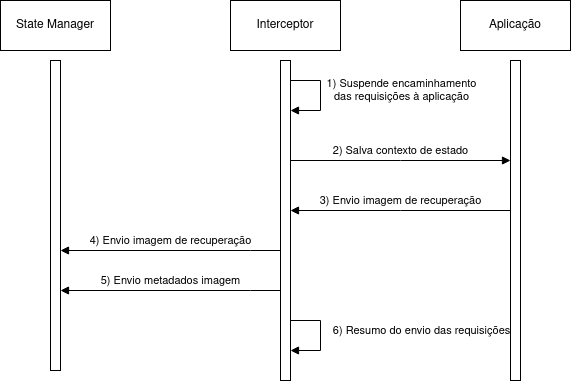
Before: images/interceptor-checkpoint.png, a diagram exported from draw.io (GianOrtiz/tcc). Source tidied: cells renumbered, new cells last; positions are measured from the earlier drawing's top-left corner, leaving out a move shared by most shapes. Source of this version:
```xml
<mxGraphModel>
  <root>
    <mxCell id="0" />
    <mxCell id="1" parent="0" />
    <mxCell id="2" style="html=1;points=[];perimeter=orthogonalPerimeter;outlineConnect=0;targetShapes=umlLifeline;portConstraint=eastwest;newEdgeStyle={&quot;edgeStyle&quot;:&quot;elbowEdgeStyle&quot;,&quot;elbow&quot;:&quot;vertical&quot;,&quot;curved&quot;:0,&quot;rounded&quot;:0};" parent="1" vertex="1">
      <mxGeometry x="50" y="60" width="10" height="310" as="geometry" />
    </mxCell>
    <mxCell id="3" style="html=1;points=[];perimeter=orthogonalPerimeter;outlineConnect=0;targetShapes=umlLifeline;portConstraint=eastwest;newEdgeStyle={&quot;edgeStyle&quot;:&quot;elbowEdgeStyle&quot;,&quot;elbow&quot;:&quot;vertical&quot;,&quot;curved&quot;:0,&quot;rounded&quot;:0};" parent="1" vertex="1">
      <mxGeometry x="280" y="60" width="10" height="320" as="geometry" />
    </mxCell>
    <mxCell id="4" style="html=1;perimeter=orthogonalPerimeter;targetShapes=umlLifeline;newEdgeStyle={&quot;edgeStyle&quot;:&quot;elbowEdgeStyle&quot;,&quot;elbow&quot;:&quot;vertical&quot;,&quot;curved&quot;:0,&quot;rounded&quot;:0};" parent="1" vertex="1">
      <mxGeometry x="510" y="60" width="10" height="320" as="geometry" />
    </mxCell>
    <mxCell id="5" value="State Manager" style="html=1;whiteSpace=wrap;" parent="1" vertex="1">
      <mxGeometry width="110" height="50" as="geometry" />
    </mxCell>
    <mxCell id="6" value="Interceptor" style="html=1;whiteSpace=wrap;" parent="1" vertex="1">
      <mxGeometry x="230" width="110" height="50" as="geometry" />
    </mxCell>
    <mxCell id="7" value="Aplicação" style="html=1;whiteSpace=wrap;" parent="1" vertex="1">
      <mxGeometry x="460" width="110" height="50" as="geometry" />
    </mxCell>
    <mxCell id="8" value="&lt;div align=&quot;center&quot;&gt;1) Suspende encaminhamento&lt;/div&gt;&lt;div align=&quot;center&quot;&gt;das requisições à aplicação&lt;/div&gt;" style="html=1;align=center;spacingLeft=2;endArrow=block;rounded=0;edgeStyle=orthogonalEdgeStyle;curved=0;rounded=0;" parent="1" edge="1">
      <mxGeometry x="-0.11" y="80" relative="1" as="geometry">
        <mxPoint x="290" y="80" as="sourcePoint" />
        <mxPoint x="290" y="110" as="targetPoint" />
        <Array as="points">
          <mxPoint x="320" y="110" />
        </Array>
      </mxGeometry>
    </mxCell>
    <mxCell id="9" value="2) Salva contexto de estado" style="html=1;verticalAlign=bottom;endArrow=block;edgeStyle=elbowEdgeStyle;elbow=vertical;curved=0;rounded=0;" parent="1" edge="1">
      <mxGeometry relative="1" as="geometry">
        <mxPoint x="290" y="160" as="sourcePoint" />
        <mxPoint x="510" y="160" as="targetPoint" />
      </mxGeometry>
    </mxCell>
    <mxCell id="10" value="3) Envio imagem de recuperação" style="html=1;verticalAlign=bottom;endArrow=block;edgeStyle=elbowEdgeStyle;elbow=vertical;curved=0;rounded=0;" parent="1" edge="1">
      <mxGeometry relative="1" as="geometry">
        <mxPoint x="510" y="210" as="sourcePoint" />
        <mxPoint x="290" y="210" as="targetPoint" />
      </mxGeometry>
    </mxCell>
    <mxCell id="11" value="4) Envio imagem de recuperação" style="html=1;verticalAlign=bottom;endArrow=block;edgeStyle=elbowEdgeStyle;elbow=vertical;curved=0;rounded=0;" parent="1" edge="1" source="3" target="2">
      <mxGeometry relative="1" as="geometry">
        <Array as="points">
          <mxPoint x="250" y="250" />
        </Array>
      </mxGeometry>
    </mxCell>
    <mxCell id="12" value="5) Envio metadados imagem" style="html=1;verticalAlign=bottom;endArrow=block;edgeStyle=elbowEdgeStyle;elbow=vertical;curved=0;rounded=0;" parent="1" edge="1">
      <mxGeometry relative="1" as="geometry">
        <mxPoint x="280" y="290" as="sourcePoint" />
        <mxPoint x="60" y="290" as="targetPoint" />
        <Array as="points">
          <mxPoint x="250" y="290" />
        </Array>
      </mxGeometry>
    </mxCell>
    <mxCell id="13" value="6) Resumo do envio das requisições" style="html=1;align=center;spacingLeft=2;endArrow=block;rounded=0;edgeStyle=orthogonalEdgeStyle;curved=0;rounded=0;" parent="1" edge="1">
      <mxGeometry x="-0.11" y="100" relative="1" as="geometry">
        <mxPoint x="290" y="320" as="sourcePoint" />
        <mxPoint x="290" y="350" as="targetPoint" />
        <Array as="points">
          <mxPoint x="320" y="350" />
        </Array>
      </mxGeometry>
    </mxCell>
  </root>
</mxGraphModel>
```
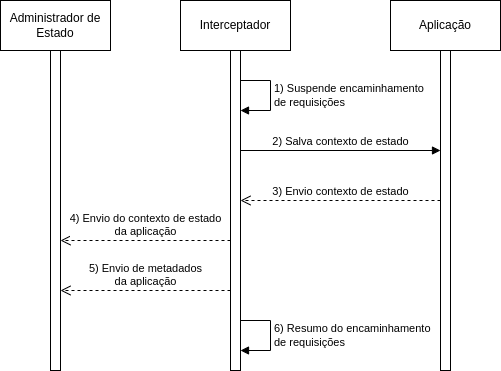
The same file after the commit.

The edit, as a diff of the source:
```diff
@@ -2,69 +2,65 @@
   <root>
     <mxCell id="0" />
     <mxCell id="1" parent="0" />
-    <mxCell id="2" style="html=1;points=[];perimeter=orthogonalPerimeter;outlineConnect=0;targetShapes=umlLifeline;portConstraint=eastwest;newEdgeStyle={&quot;edgeStyle&quot;:&quot;elbowEdgeStyle&quot;,&quot;elbow&quot;:&quot;vertical&quot;,&quot;curved&quot;:0,&quot;rounded&quot;:0};" parent="1" vertex="1">
-      <mxGeometry x="50" y="60" width="10" height="310" as="geometry" />
-    </mxCell>
-    <mxCell id="3" style="html=1;points=[];perimeter=orthogonalPerimeter;outlineConnect=0;targetShapes=umlLifeline;portConstraint=eastwest;newEdgeStyle={&quot;edgeStyle&quot;:&quot;elbowEdgeStyle&quot;,&quot;elbow&quot;:&quot;vertical&quot;,&quot;curved&quot;:0,&quot;rounded&quot;:0};" parent="1" vertex="1">
-      <mxGeometry x="280" y="60" width="10" height="320" as="geometry" />
-    </mxCell>
-    <mxCell id="4" style="html=1;perimeter=orthogonalPerimeter;targetShapes=umlLifeline;newEdgeStyle={&quot;edgeStyle&quot;:&quot;elbowEdgeStyle&quot;,&quot;elbow&quot;:&quot;vertical&quot;,&quot;curved&quot;:0,&quot;rounded&quot;:0};" parent="1" vertex="1">
-      <mxGeometry x="510" y="60" width="10" height="320" as="geometry" />
-    </mxCell>
-    <mxCell id="5" value="State Manager" style="html=1;whiteSpace=wrap;" parent="1" vertex="1">
-      <mxGeometry width="110" height="50" as="geometry" />
-    </mxCell>
-    <mxCell id="6" value="Interceptor" style="html=1;whiteSpace=wrap;" parent="1" vertex="1">
-      <mxGeometry x="230" width="110" height="50" as="geometry" />
-    </mxCell>
+    <mxCell id="14" value="Interceptador" style="html=1;whiteSpace=wrap;" parent="1" vertex="1">
+      <mxGeometry x="250" width="110" height="50" as="geometry" />
+    </mxCell>
     <mxCell id="7" value="Aplicação" style="html=1;whiteSpace=wrap;" parent="1" vertex="1">
       <mxGeometry x="460" width="110" height="50" as="geometry" />
     </mxCell>
-    <mxCell id="8" value="&lt;div align=&quot;center&quot;&gt;1) Suspende encaminhamento&lt;/div&gt;&lt;div align=&quot;center&quot;&gt;das requisições à aplicação&lt;/div&gt;" style="html=1;align=center;spacingLeft=2;endArrow=block;rounded=0;edgeStyle=orthogonalEdgeStyle;curved=0;rounded=0;" parent="1" edge="1">
-      <mxGeometry x="-0.11" y="80" relative="1" as="geometry">
-        <mxPoint x="290" y="80" as="sourcePoint" />
-        <mxPoint x="290" y="110" as="targetPoint" />
-        <Array as="points">
-          <mxPoint x="320" y="110" />
-        </Array>
-      </mxGeometry>
-    </mxCell>
+    <mxCell id="15" style="html=1;perimeter=orthogonalPerimeter;targetShapes=umlLifeline;newEdgeStyle={&quot;curved&quot;:0,&quot;rounded&quot;:0};" parent="1" vertex="1">
+      <mxGeometry x="120" y="50" width="10" height="320" as="geometry" />
+    </mxCell>
+    <mxCell id="16" style="html=1;perimeter=orthogonalPerimeter;targetShapes=umlLifeline;newEdgeStyle={&quot;curved&quot;:0,&quot;rounded&quot;:0};" parent="1" vertex="1">
+      <mxGeometry x="300" y="50" width="10" height="320" as="geometry" />
+    </mxCell>
+    <mxCell id="17" style="html=1;perimeter=orthogonalPerimeter;targetShapes=umlLifeline;newEdgeStyle={&quot;curved&quot;:0,&quot;rounded&quot;:0};" parent="1" vertex="1">
+      <mxGeometry x="510" y="50" width="10" height="320" as="geometry" />
+    </mxCell>
+    <mxCell id="18" value="1) Suspende encaminhamento&amp;nbsp;&lt;br&gt;de requisições" style="html=1;align=left;spacingLeft=2;endArrow=block;rounded=0;edgeStyle=orthogonalEdgeStyle;curved=0;rounded=0;" parent="1" edge="1">
+      <mxGeometry relative="1" as="geometry">
+        <mxPoint x="310" y="80" as="sourcePoint" />
+        <mxPoint x="310" y="110" as="targetPoint" />
+        <Array as="points">
+          <mxPoint x="340" y="110" />
+        </Array>
+      </mxGeometry>
+    </mxCell>
-    <mxCell id="9" value="2) Salva contexto de estado" style="html=1;verticalAlign=bottom;endArrow=block;edgeStyle=elbowEdgeStyle;elbow=vertical;curved=0;rounded=0;" parent="1" edge="1">
+    <mxCell id="9" value="2) Salva contexto de estado" style="html=1;verticalAlign=bottom;endArrow=block;curved=0;rounded=0;" parent="1" edge="1">
       <mxGeometry relative="1" as="geometry">
-        <mxPoint x="290" y="160" as="sourcePoint" />
-        <mxPoint x="510" y="160" as="targetPoint" />
+        <mxPoint x="310" y="150" as="sourcePoint" />
+        <mxPoint x="510" y="150" as="targetPoint" />
       </mxGeometry>
     </mxCell>
-    <mxCell id="10" value="3) Envio imagem de recuperação" style="html=1;verticalAlign=bottom;endArrow=block;edgeStyle=elbowEdgeStyle;elbow=vertical;curved=0;rounded=0;" parent="1" edge="1">
-      <mxGeometry relative="1" as="geometry">
-        <mxPoint x="510" y="210" as="sourcePoint" />
-        <mxPoint x="290" y="210" as="targetPoint" />
-      </mxGeometry>
-    </mxCell>
-    <mxCell id="11" value="4) Envio imagem de recuperação" style="html=1;verticalAlign=bottom;endArrow=block;edgeStyle=elbowEdgeStyle;elbow=vertical;curved=0;rounded=0;" parent="1" edge="1" source="3" target="2">
-      <mxGeometry relative="1" as="geometry">
-        <Array as="points">
-          <mxPoint x="250" y="250" />
-        </Array>
-      </mxGeometry>
-    </mxCell>
-    <mxCell id="12" value="5) Envio metadados imagem" style="html=1;verticalAlign=bottom;endArrow=block;edgeStyle=elbowEdgeStyle;elbow=vertical;curved=0;rounded=0;" parent="1" edge="1">
-      <mxGeometry relative="1" as="geometry">
-        <mxPoint x="280" y="290" as="sourcePoint" />
-        <mxPoint x="60" y="290" as="targetPoint" />
-        <Array as="points">
-          <mxPoint x="250" y="290" />
-        </Array>
-      </mxGeometry>
-    </mxCell>
-    <mxCell id="13" value="6) Resumo do envio das requisições" style="html=1;align=center;spacingLeft=2;endArrow=block;rounded=0;edgeStyle=orthogonalEdgeStyle;curved=0;rounded=0;" parent="1" edge="1">
-      <mxGeometry x="-0.11" y="100" relative="1" as="geometry">
-        <mxPoint x="290" y="320" as="sourcePoint" />
-        <mxPoint x="290" y="350" as="targetPoint" />
-        <Array as="points">
-          <mxPoint x="320" y="350" />
-        </Array>
-      </mxGeometry>
-    </mxCell>
+    <mxCell id="19" value="3) Envio contexto de estado" style="html=1;verticalAlign=bottom;endArrow=open;dashed=1;endSize=8;curved=0;rounded=0;" parent="1" edge="1">
+      <mxGeometry relative="1" as="geometry">
+        <mxPoint x="510" y="200" as="sourcePoint" />
+        <mxPoint x="310" y="200" as="targetPoint" />
+      </mxGeometry>
+    </mxCell>
+    <mxCell id="20" value="6) Resumo do encaminhamento&lt;br&gt;de requisições" style="html=1;align=left;spacingLeft=2;endArrow=block;rounded=0;edgeStyle=orthogonalEdgeStyle;curved=0;rounded=0;" parent="1" edge="1">
+      <mxGeometry relative="1" as="geometry">
+        <mxPoint x="310" y="320" as="sourcePoint" />
+        <mxPoint x="310" y="350" as="targetPoint" />
+        <Array as="points">
+          <mxPoint x="340" y="350" />
+        </Array>
+      </mxGeometry>
+    </mxCell>
+    <mxCell id="21" value="4) Envio do contexto de estado&lt;br&gt;da aplicação" style="html=1;verticalAlign=bottom;endArrow=open;dashed=1;endSize=8;curved=0;rounded=0;" parent="1" edge="1">
+      <mxGeometry relative="1" as="geometry">
+        <mxPoint x="300" y="240" as="sourcePoint" />
+        <mxPoint x="130" y="240" as="targetPoint" />
+      </mxGeometry>
+    </mxCell>
+    <mxCell id="22" value="Administrador de&lt;br&gt;Estado" style="html=1;whiteSpace=wrap;" parent="1" vertex="1">
+      <mxGeometry x="70" width="110" height="50" as="geometry" />
+    </mxCell>
+    <mxCell id="23" value="5) Envio de metadados&lt;br&gt;da aplicação" style="html=1;verticalAlign=bottom;endArrow=open;dashed=1;endSize=8;curved=0;rounded=0;" parent="1" edge="1">
+      <mxGeometry relative="1" as="geometry">
+        <mxPoint x="300" y="290" as="sourcePoint" />
+        <mxPoint x="130" y="290" as="targetPoint" />
+      </mxGeometry>
+    </mxCell>
   </root>
 </mxGraphModel>
```
